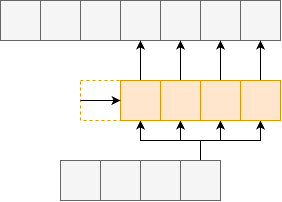
Above: figure/sec3/tconv1.drawio.png in kyushusouth/master_thesis (draw.io), before the change. Source tidied: cells renumbered, new cells last; positions are measured from the earlier drawing's top-left corner, leaving out a move shared by most shapes.
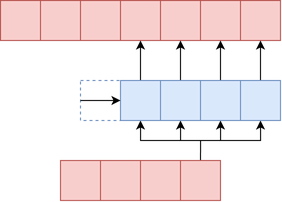
Later version of the same file.

The edit, as a diff of the source:
```diff
@@ -2,13 +2,13 @@
   <root>
     <mxCell id="0" />
     <mxCell id="1" parent="0" />
-    <mxCell id="2" style="whiteSpace=wrap;html=1;fillColor=#f5f5f5;fontColor=#333333;strokeColor=#666666;" parent="1" vertex="1">
+    <mxCell id="2" style="whiteSpace=wrap;html=1;fillColor=#f8cecc;strokeColor=#b85450;" parent="1" vertex="1">
       <mxGeometry x="60" y="160" width="40" height="40" as="geometry" />
     </mxCell>
-    <mxCell id="3" style="whiteSpace=wrap;html=1;fillColor=#f5f5f5;fontColor=#333333;strokeColor=#666666;" parent="1" vertex="1">
+    <mxCell id="3" style="whiteSpace=wrap;html=1;fillColor=#f8cecc;strokeColor=#b85450;" parent="1" vertex="1">
       <mxGeometry x="100" y="160" width="40" height="40" as="geometry" />
     </mxCell>
-    <mxCell id="4" style="whiteSpace=wrap;html=1;fillColor=#f5f5f5;fontColor=#333333;strokeColor=#666666;" parent="1" vertex="1">
+    <mxCell id="4" style="whiteSpace=wrap;html=1;fillColor=#f8cecc;strokeColor=#b85450;" parent="1" vertex="1">
       <mxGeometry x="140" y="160" width="40" height="40" as="geometry" />
     </mxCell>
     <mxCell id="5" style="edgeStyle=orthogonalEdgeStyle;rounded=0;jettySize=auto;html=1;exitX=0.5;exitY=0;exitDx=0;exitDy=0;entryX=0.5;entryY=1;entryDx=0;entryDy=0;" parent="1" edge="1" source="9" target="24">
@@ -23,55 +23,55 @@
     <mxCell id="8" style="edgeStyle=orthogonalEdgeStyle;rounded=0;jettySize=auto;html=1;exitX=0.5;exitY=0;exitDx=0;exitDy=0;entryX=0.5;entryY=1;entryDx=0;entryDy=0;" parent="1" edge="1" source="9" target="22">
       <mxGeometry relative="1" as="geometry" />
     </mxCell>
-    <mxCell id="9" style="whiteSpace=wrap;html=1;fillColor=#f5f5f5;fontColor=#333333;strokeColor=#666666;" parent="1" vertex="1">
+    <mxCell id="9" style="whiteSpace=wrap;html=1;fillColor=#f8cecc;strokeColor=#b85450;" parent="1" vertex="1">
       <mxGeometry x="180" y="160" width="40" height="40" as="geometry" />
     </mxCell>
-    <mxCell id="10" style="whiteSpace=wrap;html=1;fillColor=#f5f5f5;fontColor=#333333;strokeColor=#666666;" parent="1" vertex="1">
+    <mxCell id="10" style="whiteSpace=wrap;html=1;fillColor=#f8cecc;strokeColor=#b85450;" parent="1" vertex="1">
       <mxGeometry width="40" height="40" as="geometry" />
     </mxCell>
-    <mxCell id="11" style="whiteSpace=wrap;html=1;fillColor=#f5f5f5;fontColor=#333333;strokeColor=#666666;" parent="1" vertex="1">
+    <mxCell id="11" style="whiteSpace=wrap;html=1;fillColor=#f8cecc;strokeColor=#b85450;" parent="1" vertex="1">
       <mxGeometry x="40" width="40" height="40" as="geometry" />
     </mxCell>
-    <mxCell id="12" style="whiteSpace=wrap;html=1;fillColor=#f5f5f5;fontColor=#333333;strokeColor=#666666;" parent="1" vertex="1">
+    <mxCell id="12" style="whiteSpace=wrap;html=1;fillColor=#f8cecc;strokeColor=#b85450;" parent="1" vertex="1">
       <mxGeometry x="80" width="40" height="40" as="geometry" />
     </mxCell>
-    <mxCell id="13" style="whiteSpace=wrap;html=1;fillColor=#f5f5f5;fontColor=#333333;strokeColor=#666666;" parent="1" vertex="1">
+    <mxCell id="13" style="whiteSpace=wrap;html=1;fillColor=#f8cecc;strokeColor=#b85450;" parent="1" vertex="1">
       <mxGeometry x="120" width="40" height="40" as="geometry" />
     </mxCell>
-    <mxCell id="14" style="whiteSpace=wrap;html=1;fillColor=#f5f5f5;fontColor=#333333;strokeColor=#666666;" parent="1" vertex="1">
+    <mxCell id="14" style="whiteSpace=wrap;html=1;fillColor=#f8cecc;strokeColor=#b85450;" parent="1" vertex="1">
       <mxGeometry x="160" width="40" height="40" as="geometry" />
     </mxCell>
-    <mxCell id="15" style="whiteSpace=wrap;html=1;fillColor=#f5f5f5;fontColor=#333333;strokeColor=#666666;" parent="1" vertex="1">
+    <mxCell id="15" style="whiteSpace=wrap;html=1;fillColor=#f8cecc;strokeColor=#b85450;" parent="1" vertex="1">
       <mxGeometry x="200" width="40" height="40" as="geometry" />
     </mxCell>
-    <mxCell id="16" style="whiteSpace=wrap;html=1;fillColor=#f5f5f5;fontColor=#333333;strokeColor=#666666;" parent="1" vertex="1">
+    <mxCell id="16" style="whiteSpace=wrap;html=1;fillColor=#f8cecc;strokeColor=#b85450;" parent="1" vertex="1">
       <mxGeometry x="240" width="40" height="40" as="geometry" />
     </mxCell>
     <mxCell id="17" style="edgeStyle=orthogonalEdgeStyle;rounded=0;jettySize=auto;html=1;exitX=0.5;exitY=0;exitDx=0;exitDy=0;entryX=0.5;entryY=1;entryDx=0;entryDy=0;" parent="1" edge="1" source="18" target="14">
       <mxGeometry relative="1" as="geometry" />
     </mxCell>
-    <mxCell id="18" style="whiteSpace=wrap;html=1;fillColor=#ffe6cc;strokeColor=#d79b00;" parent="1" vertex="1">
+    <mxCell id="18" style="whiteSpace=wrap;html=1;fillColor=#dae8fc;strokeColor=#6c8ebf;" parent="1" vertex="1">
       <mxGeometry x="160" y="80" width="40" height="40" as="geometry" />
     </mxCell>
     <mxCell id="19" style="edgeStyle=orthogonalEdgeStyle;rounded=0;jettySize=auto;html=1;exitX=0.5;exitY=0;exitDx=0;exitDy=0;entryX=0.5;entryY=1;entryDx=0;entryDy=0;" parent="1" edge="1" source="20" target="15">
       <mxGeometry relative="1" as="geometry" />
     </mxCell>
-    <mxCell id="20" style="whiteSpace=wrap;html=1;fillColor=#ffe6cc;strokeColor=#d79b00;" parent="1" vertex="1">
+    <mxCell id="20" style="whiteSpace=wrap;html=1;fillColor=#dae8fc;strokeColor=#6c8ebf;" parent="1" vertex="1">
       <mxGeometry x="200" y="80" width="40" height="40" as="geometry" />
     </mxCell>
     <mxCell id="21" style="edgeStyle=orthogonalEdgeStyle;rounded=0;jettySize=auto;html=1;exitX=0.5;exitY=0;exitDx=0;exitDy=0;entryX=0.5;entryY=1;entryDx=0;entryDy=0;" parent="1" edge="1" source="22" target="16">
       <mxGeometry relative="1" as="geometry" />
     </mxCell>
-    <mxCell id="22" style="whiteSpace=wrap;html=1;fillColor=#ffe6cc;strokeColor=#d79b00;" parent="1" vertex="1">
+    <mxCell id="22" style="whiteSpace=wrap;html=1;fillColor=#dae8fc;strokeColor=#6c8ebf;" parent="1" vertex="1">
       <mxGeometry x="240" y="80" width="40" height="40" as="geometry" />
     </mxCell>
     <mxCell id="23" style="edgeStyle=orthogonalEdgeStyle;rounded=0;jettySize=auto;html=1;exitX=0.5;exitY=0;exitDx=0;exitDy=0;entryX=0.5;entryY=1;entryDx=0;entryDy=0;" parent="1" edge="1" source="24" target="13">
       <mxGeometry relative="1" as="geometry" />
     </mxCell>
-    <mxCell id="24" style="whiteSpace=wrap;html=1;fillColor=#ffe6cc;strokeColor=#d79b00;" parent="1" vertex="1">
+    <mxCell id="24" style="whiteSpace=wrap;html=1;fillColor=#dae8fc;strokeColor=#6c8ebf;" parent="1" vertex="1">
       <mxGeometry x="120" y="80" width="40" height="40" as="geometry" />
     </mxCell>
-    <mxCell id="25" style="whiteSpace=wrap;html=1;fillColor=none;strokeColor=#d79b00;dashed=1;" parent="1" vertex="1">
+    <mxCell id="25" style="whiteSpace=wrap;html=1;fillColor=none;strokeColor=#6c8ebf;dashed=1;" parent="1" vertex="1">
       <mxGeometry x="80" y="80" width="40" height="40" as="geometry" />
     </mxCell>
     <mxCell id="26" style="endArrow=classic;html=1;rounded=0;exitX=0;exitY=0.5;exitDx=0;exitDy=0;entryX=0;entryY=0.5;entryDx=0;entryDy=0;" parent="1" edge="1" source="25" target="24">
```
